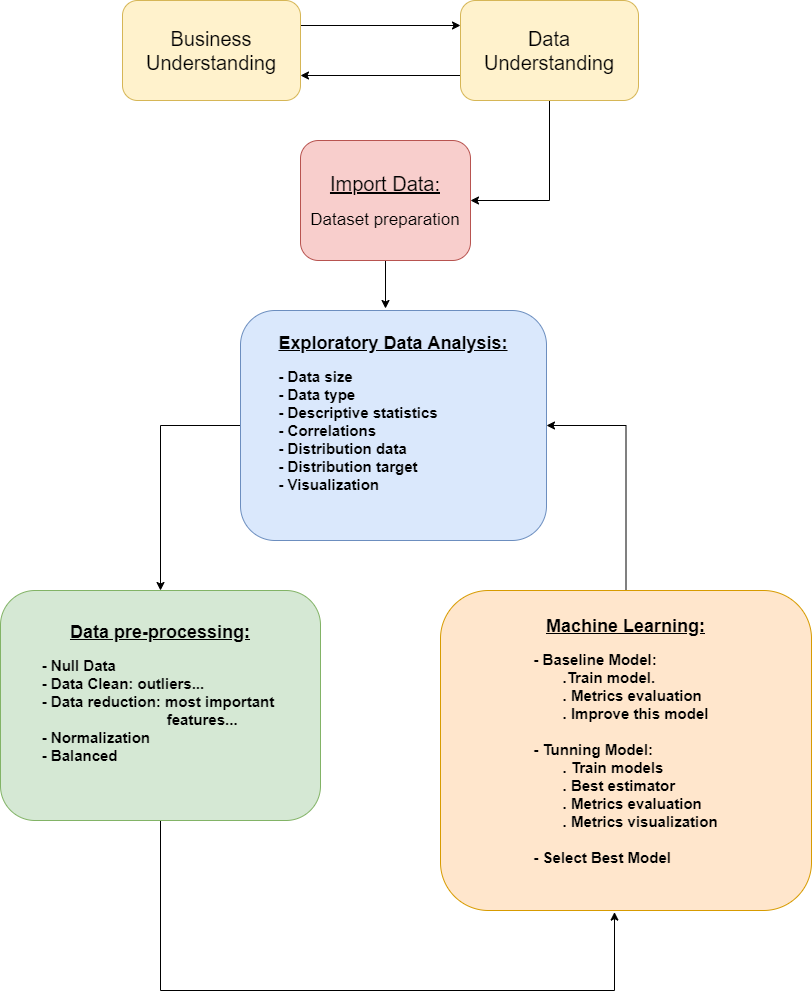
The draw.io diagram Flow_Diagram_ML.png in hecescam/IA3, before a commit. Source tidied: cells renumbered, new cells last; positions are measured from the earlier drawing's top-left corner, leaving out a move shared by most shapes.
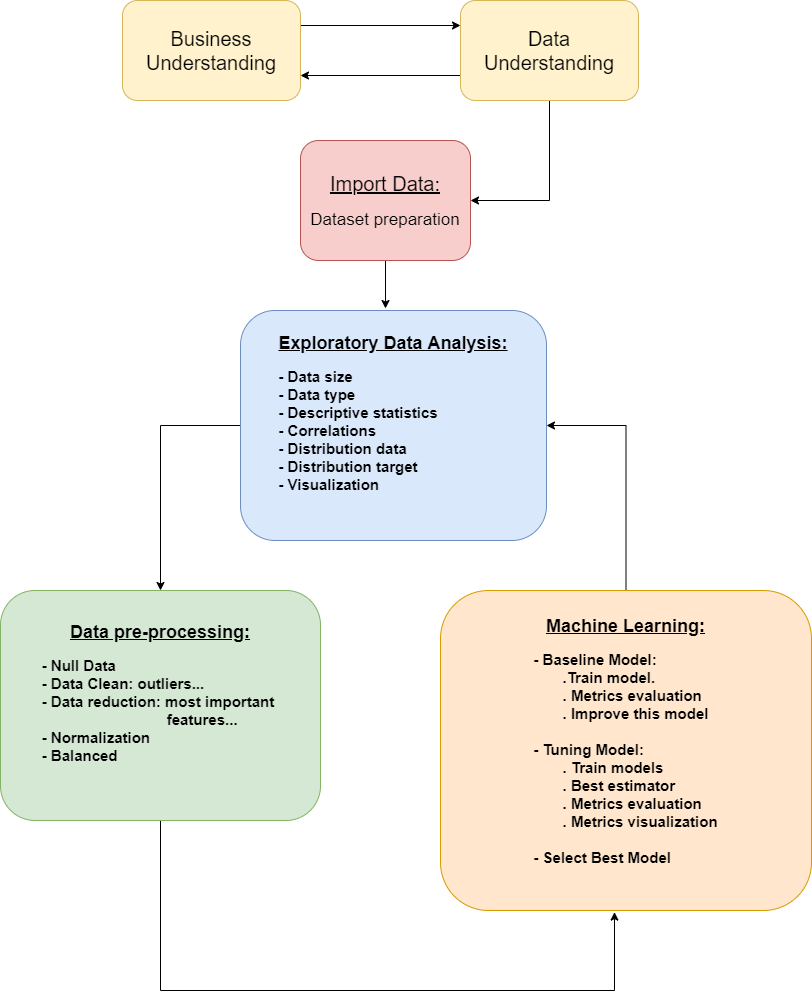
Later version of the same file.

Change to the diagram source:
```diff
@@ -36,7 +36,7 @@
     <mxCell id="10" style="edgeStyle=orthogonalEdgeStyle;rounded=0;jettySize=auto;html=1;entryX=1;entryY=0.5;entryDx=0;entryDy=0;" parent="1" edge="1" source="11" target="9">
       <mxGeometry relative="1" as="geometry" />
     </mxCell>
-    <mxCell id="11" value="&lt;b&gt;&lt;font style=&quot;font-size: 18px&quot;&gt;&lt;u&gt;&lt;br&gt;&lt;br&gt;&lt;br&gt;Machine Learning:&lt;/u&gt;&lt;/font&gt;&lt;br&gt;&lt;br&gt;&lt;/b&gt;&lt;div style=&quot;text-align: left ; font-size: 15px&quot;&gt;&lt;b&gt;&lt;font style=&quot;font-size: 15px&quot;&gt;- Baseline Model:&amp;nbsp;&lt;/font&gt;&lt;/b&gt;&lt;/div&gt;&lt;div style=&quot;text-align: left ; font-size: 15px&quot;&gt;&lt;b&gt;&amp;nbsp; &amp;nbsp; &amp;nbsp; &amp;nbsp;.Train model.&lt;/b&gt;&lt;/div&gt;&lt;div style=&quot;text-align: left ; font-size: 15px&quot;&gt;&lt;b&gt;&amp;nbsp; &amp;nbsp; &amp;nbsp; &amp;nbsp;. Metrics evaluation&lt;/b&gt;&lt;/div&gt;&lt;div style=&quot;text-align: left ; font-size: 15px&quot;&gt;&lt;b&gt;&lt;font style=&quot;font-size: 15px&quot;&gt;&amp;nbsp; &amp;nbsp; &amp;nbsp; &amp;nbsp;. Improve this model&lt;/font&gt;&lt;/b&gt;&lt;/div&gt;&lt;div style=&quot;text-align: left ; font-size: 15px&quot;&gt;&lt;b&gt;&lt;font style=&quot;font-size: 15px&quot;&gt;&lt;br&gt;&lt;/font&gt;&lt;/b&gt;&lt;/div&gt;&lt;div style=&quot;text-align: left ; font-size: 15px&quot;&gt;&lt;b&gt;&lt;font style=&quot;font-size: 15px&quot;&gt;- Tunning Model:&lt;/font&gt;&lt;/b&gt;&lt;/div&gt;&lt;div style=&quot;text-align: left ; font-size: 15px&quot;&gt;&lt;b&gt;&lt;font style=&quot;font-size: 15px&quot;&gt;&amp;nbsp; &amp;nbsp; &amp;nbsp; &amp;nbsp;. Train models&lt;/font&gt;&lt;/b&gt;&lt;/div&gt;&lt;div style=&quot;text-align: left ; font-size: 15px&quot;&gt;&lt;b&gt;&lt;font style=&quot;font-size: 15px&quot;&gt;&amp;nbsp; &amp;nbsp; &amp;nbsp; &amp;nbsp;. Best estimator&lt;/font&gt;&lt;/b&gt;&lt;/div&gt;&lt;div style=&quot;text-align: left ; font-size: 15px&quot;&gt;&lt;b&gt;&amp;nbsp; &amp;nbsp; &amp;nbsp; &amp;nbsp;. Metrics evaluation&amp;nbsp;&lt;/b&gt;&lt;/div&gt;&lt;div style=&quot;text-align: left ; font-size: 15px&quot;&gt;&lt;b&gt;&amp;nbsp; &amp;nbsp; &amp;nbsp; &amp;nbsp;. Metrics visualization&lt;/b&gt;&lt;/div&gt;&lt;div style=&quot;text-align: left ; font-size: 15px&quot;&gt;&lt;b&gt;&lt;br&gt;&lt;/b&gt;&lt;/div&gt;&lt;div style=&quot;text-align: left ; font-size: 15px&quot;&gt;&lt;b&gt;- Select Best Model&lt;/b&gt;&lt;/div&gt;&lt;div style=&quot;text-align: left ; font-size: 15px&quot;&gt;&lt;b&gt;&lt;font style=&quot;font-size: 15px&quot;&gt;&lt;br&gt;&lt;/font&gt;&lt;/b&gt;&lt;/div&gt;&lt;div style=&quot;text-align: left ; font-size: 15px&quot;&gt;&lt;br&gt;&lt;/div&gt;&lt;div style=&quot;text-align: left ; font-size: 15px&quot;&gt;&lt;br&gt;&lt;/div&gt;&lt;div style=&quot;text-align: left&quot;&gt;&lt;span&gt;&lt;b&gt;&lt;br&gt;&lt;/b&gt;&lt;/span&gt;&lt;/div&gt;&lt;div style=&quot;text-align: left&quot;&gt;&lt;span&gt;&lt;br&gt;&lt;/span&gt;&lt;/div&gt;" style="rounded=1;whiteSpace=wrap;html=1;fillColor=#ffe6cc;strokeColor=#d79b00;" parent="1" vertex="1">
+    <mxCell id="11" value="&lt;b&gt;&lt;font style=&quot;font-size: 18px&quot;&gt;&lt;u&gt;&lt;br&gt;&lt;br&gt;&lt;br&gt;Machine Learning:&lt;/u&gt;&lt;/font&gt;&lt;br&gt;&lt;br&gt;&lt;/b&gt;&lt;div style=&quot;text-align: left ; font-size: 15px&quot;&gt;&lt;b&gt;&lt;font style=&quot;font-size: 15px&quot;&gt;- Baseline Model:&amp;nbsp;&lt;/font&gt;&lt;/b&gt;&lt;/div&gt;&lt;div style=&quot;text-align: left ; font-size: 15px&quot;&gt;&lt;b&gt;&amp;nbsp; &amp;nbsp; &amp;nbsp; &amp;nbsp;.Train model.&lt;/b&gt;&lt;/div&gt;&lt;div style=&quot;text-align: left ; font-size: 15px&quot;&gt;&lt;b&gt;&amp;nbsp; &amp;nbsp; &amp;nbsp; &amp;nbsp;. Metrics evaluation&lt;/b&gt;&lt;/div&gt;&lt;div style=&quot;text-align: left ; font-size: 15px&quot;&gt;&lt;b&gt;&lt;font style=&quot;font-size: 15px&quot;&gt;&amp;nbsp; &amp;nbsp; &amp;nbsp; &amp;nbsp;. Improve this model&lt;/font&gt;&lt;/b&gt;&lt;/div&gt;&lt;div style=&quot;text-align: left ; font-size: 15px&quot;&gt;&lt;b&gt;&lt;font style=&quot;font-size: 15px&quot;&gt;&lt;br&gt;&lt;/font&gt;&lt;/b&gt;&lt;/div&gt;&lt;div style=&quot;text-align: left ; font-size: 15px&quot;&gt;&lt;b&gt;&lt;font style=&quot;font-size: 15px&quot;&gt;- Tuning Model:&lt;/font&gt;&lt;/b&gt;&lt;/div&gt;&lt;div style=&quot;text-align: left ; font-size: 15px&quot;&gt;&lt;b&gt;&lt;font style=&quot;font-size: 15px&quot;&gt;&amp;nbsp; &amp;nbsp; &amp;nbsp; &amp;nbsp;. Train models&lt;/font&gt;&lt;/b&gt;&lt;/div&gt;&lt;div style=&quot;text-align: left ; font-size: 15px&quot;&gt;&lt;b&gt;&lt;font style=&quot;font-size: 15px&quot;&gt;&amp;nbsp; &amp;nbsp; &amp;nbsp; &amp;nbsp;. Best estimator&lt;/font&gt;&lt;/b&gt;&lt;/div&gt;&lt;div style=&quot;text-align: left ; font-size: 15px&quot;&gt;&lt;b&gt;&amp;nbsp; &amp;nbsp; &amp;nbsp; &amp;nbsp;. Metrics evaluation&amp;nbsp;&lt;/b&gt;&lt;/div&gt;&lt;div style=&quot;text-align: left ; font-size: 15px&quot;&gt;&lt;b&gt;&amp;nbsp; &amp;nbsp; &amp;nbsp; &amp;nbsp;. Metrics visualization&lt;/b&gt;&lt;/div&gt;&lt;div style=&quot;text-align: left ; font-size: 15px&quot;&gt;&lt;b&gt;&lt;br&gt;&lt;/b&gt;&lt;/div&gt;&lt;div style=&quot;text-align: left ; font-size: 15px&quot;&gt;&lt;b&gt;- Select Best Model&lt;/b&gt;&lt;/div&gt;&lt;div style=&quot;text-align: left ; font-size: 15px&quot;&gt;&lt;b&gt;&lt;font style=&quot;font-size: 15px&quot;&gt;&lt;br&gt;&lt;/font&gt;&lt;/b&gt;&lt;/div&gt;&lt;div style=&quot;text-align: left ; font-size: 15px&quot;&gt;&lt;br&gt;&lt;/div&gt;&lt;div style=&quot;text-align: left ; font-size: 15px&quot;&gt;&lt;br&gt;&lt;/div&gt;&lt;div style=&quot;text-align: left&quot;&gt;&lt;span&gt;&lt;b&gt;&lt;br&gt;&lt;/b&gt;&lt;/span&gt;&lt;/div&gt;&lt;div style=&quot;text-align: left&quot;&gt;&lt;span&gt;&lt;br&gt;&lt;/span&gt;&lt;/div&gt;" style="rounded=1;whiteSpace=wrap;html=1;fillColor=#ffe6cc;strokeColor=#d79b00;" parent="1" vertex="1">
       <mxGeometry x="440" y="590" width="371" height="320" as="geometry" />
     </mxCell>
     <mxCell id="12" style="edgeStyle=orthogonalEdgeStyle;rounded=0;jettySize=auto;html=1;exitX=0;exitY=0.75;exitDx=0;exitDy=0;entryX=1;entryY=0.75;entryDx=0;entryDy=0;" parent="1" edge="1" source="14" target="5">
```
